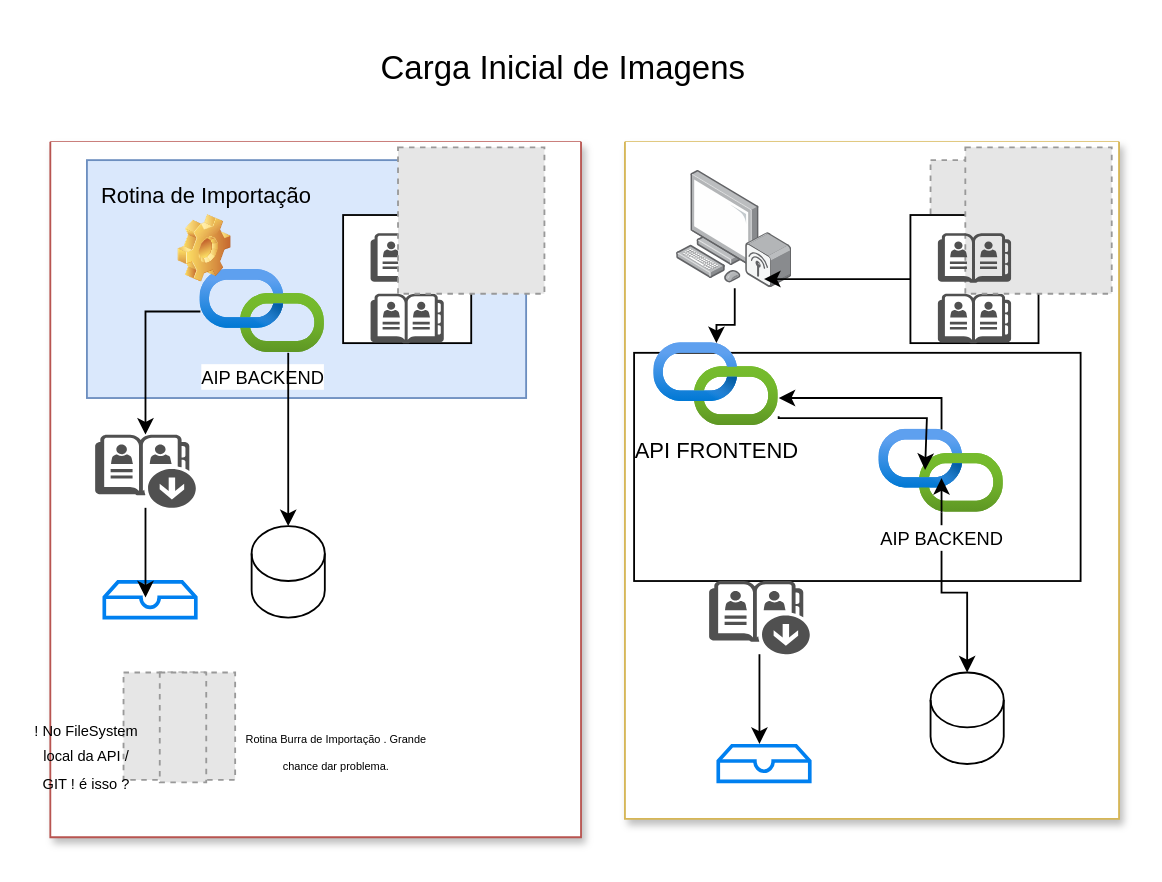
Before: IMAGENS.drawio in micheltiago/docs-arq-ref-t01, a draw.io diagram. Source tidied: cells renumbered, new cells numbered last; positions are measured from the earlier drawing's top-left corner, leaving out a move shared by most shapes. Both pictures are drawn from the tidied source at 183%, with x=0, y=0 at pixel (31, 31). Pictures stored in the file or linked from it are replaced by grey dashed boxes.
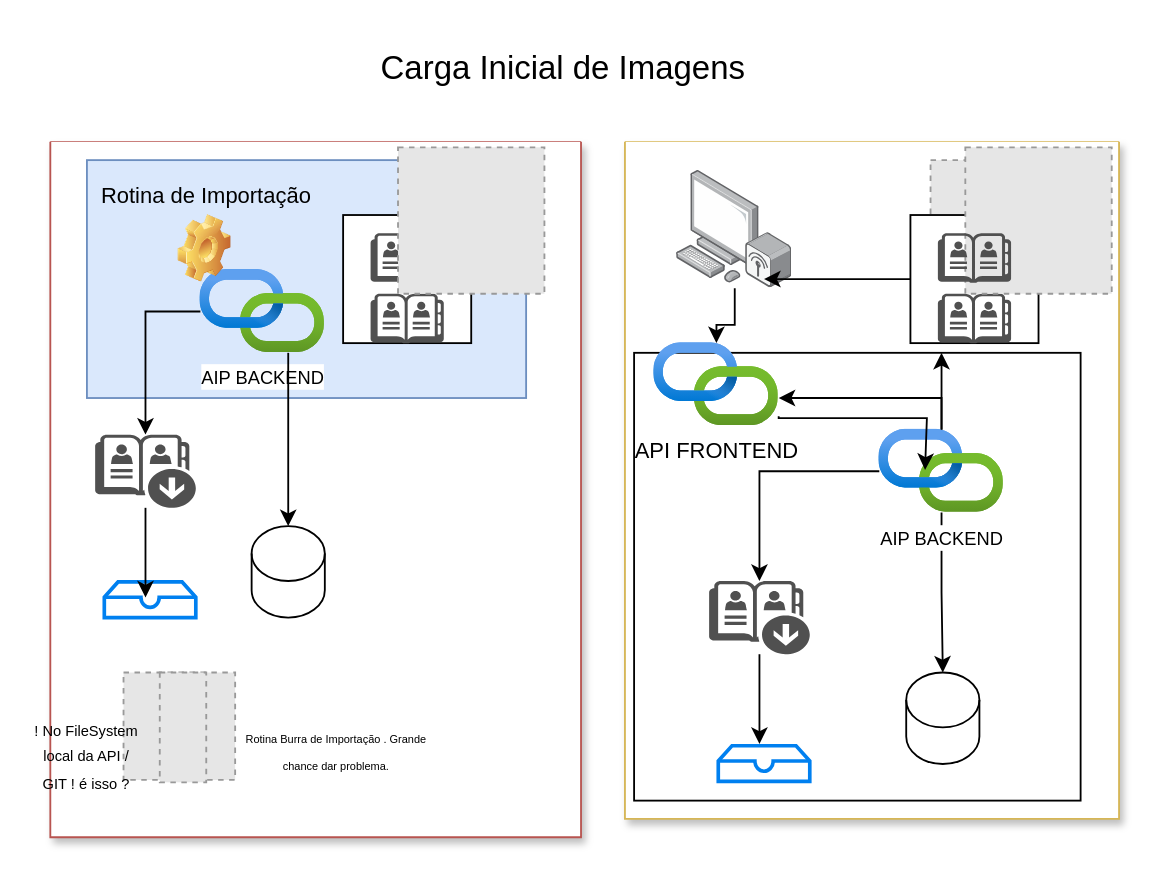
The same diagram, later.

The change refers to these unchanged cells:
```xml
<mxCell id="16" style="swimlane;startSize=0;shadow=1;fillColor=#fff2cc;strokeColor=#d6b656;swimlaneFillColor=default;" parent="1" vertex="1">
  <mxGeometry x="324" y="60" width="270" height="370" as="geometry" />
</mxCell>
<mxCell id="24" value="&lt;font style=&quot;font-size: 10px;&quot;&gt;AIP BACKEND&lt;/font&gt;" style="image;html=1;points=[];align=center;fontSize=12;image=img/lib/azure2/devops/API_Connections.svg;" parent="16" vertex="1">
  <mxGeometry x="139" y="157.3" width="68" height="45.3" as="geometry" />
</mxCell>
```

The edit, as a diff of the source:
```diff
@@
     <mxCell id="17" style="rounded=0;whiteSpace=wrap;html=1;fillColor=light-dark(#FFFFFF,#7EA6E0);" parent="16" vertex="1">
-      <mxGeometry x="5" y="115.3" width="244" height="124.7" as="geometry" />
+      <mxGeometry x="5" y="115.3" width="244" height="244.7" as="geometry" />
     </mxCell>
@@
     <mxCell id="21" style="shape=cylinder3;whiteSpace=wrap;html=1;boundedLbl=1;backgroundOutline=1;size=15;" parent="16" vertex="1">
-      <mxGeometry x="167" y="290" width="40" height="50" as="geometry" />
+      <mxGeometry x="153.7" y="290" width="40" height="50" as="geometry" />
     </mxCell>
@@
+    <mxCell id="49" style="edgeStyle=orthogonalEdgeStyle;rounded=0;jettySize=auto;html=1;" parent="16" edge="1" source="24" target="25">
+      <mxGeometry relative="1" as="geometry" />
+    </mxCell>
@@
-    <mxCell id="25" style="sketch=0;shadow=0;dashed=0;html=1;strokeColor=none;fillColor=#505050;labelPosition=center;verticalLabelPosition=bottom;verticalAlign=top;outlineConnect=0;align=center;shape=mxgraph.office.communications.offline_address_book;" parent="16" vertex="1">
+    <mxCell id="25" style="sketch=0;shadow=0;dashed=0;html=1;strokeColor=none;fillColor=light-dark(#505050,#3333FF);labelPosition=center;verticalLabelPosition=bottom;verticalAlign=top;outlineConnect=0;align=center;shape=mxgraph.office.communications.offline_address_book;" parent="16" vertex="1">
       <mxGeometry x="46" y="240" width="55" height="40" as="geometry" />
     </mxCell>
```
